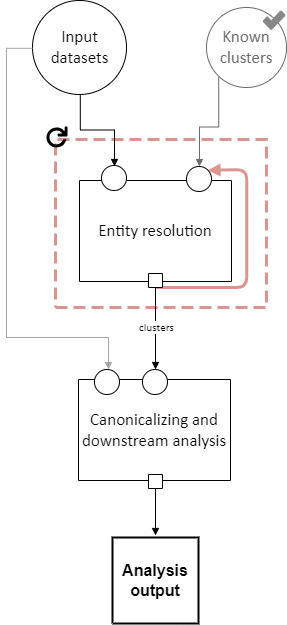
The draw.io diagram docs/source/concepts/pipeline_schema/images/easylink_pipeline_schema.drawio.png in ihmeuw/easylink, before a commit. Source tidied: cells renumbered, new cells last; positions are measured from the earlier drawing's top-left corner, leaving out a move shared by most shapes.
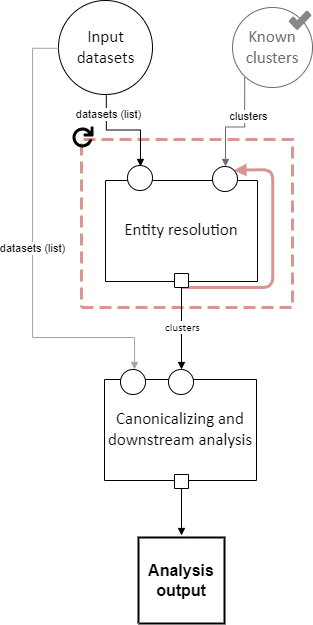
After the commit.

Commit message:
Pipeline schema docs tweaks (#212)

Diff of the diagram source:
```diff
@@ -66,6 +66,9 @@
     <mxCell id="20" style="vsdxID=1107;edgeStyle=orthogonalEdgeStyle;startArrow=none;endArrow=block;startSize=5;endSize=5;strokeColor=#6B6B6B;spacingTop=0;spacingBottom=0;spacingLeft=0;spacingRight=0;verticalAlign=middle;html=1;labelBackgroundColor=#ffffff;rounded=0;exitX=0.15254237288135594;exitY=0.864406779661017;exitDx=0;exitDy=0;exitPerimeter=0;entryX=0.52;entryY=0;entryDx=0;entryDy=0;entryPerimeter=0;" parent="1" edge="1" source="2" target="10">
       <mxGeometry relative="1" as="geometry" />
     </mxCell>
+    <mxCell id="29" value="clusters" style="edgeLabel;html=1;align=center;verticalAlign=middle;" parent="20" vertex="1">
+      <mxGeometry x="-0.26" y="3" relative="1" as="geometry" />
+    </mxCell>
     <mxCell id="21" style="vsdxID=114;edgeStyle=none;startArrow=none;endArrow=block;startSize=5;endSize=5;strokeColor=#000000;spacingTop=0;spacingBottom=0;spacingLeft=0;spacingRight=0;verticalAlign=middle;html=1;labelBackgroundColor=#ffffff;rounded=0;exitX=0.5;exitY=1;exitDx=0;exitDy=0;exitPerimeter=0;entryX=0.4962962962962963;entryY=0;entryDx=0;entryDy=0;entryPerimeter=0;" parent="1" edge="1" source="19">
       <mxGeometry relative="1" as="geometry">
         <mxPoint x="149" y="535" as="targetPoint" />
@@ -81,6 +84,9 @@
         </Array>
       </mxGeometry>
     </mxCell>
+    <mxCell id="30" value="datasets (list)" style="edgeLabel;html=1;align=center;verticalAlign=middle;" parent="22" vertex="1">
+      <mxGeometry relative="1" as="geometry" />
+    </mxCell>
     <mxCell id="23" value="&lt;div style=&quot;font-size: 1px&quot;&gt;&lt;font style=&quot;font-size:11.29px;font-family:Calibri;color:#000000;direction:ltr;letter-spacing:0px;line-height:120%;opacity:1&quot;&gt;clusters&lt;br/&gt;&lt;/font&gt;&lt;/div&gt;" style="vsdxID=1061;edgeStyle=none;startArrow=none;endArrow=block;startSize=5;endSize=5;strokeColor=#000000;spacingTop=0;spacingBottom=0;spacingLeft=0;spacingRight=0;verticalAlign=middle;html=1;labelBackgroundColor=#ffffff;rounded=0;align=center;exitX=0.5;exitY=1;exitDx=0;exitDy=0;exitPerimeter=0;entryX=0.52;entryY=0;entryDx=0;entryDy=0;entryPerimeter=0;" parent="1" edge="1" source="18" target="16">
       <mxGeometry x="-0.02" y="1" relative="1" as="geometry">
         <Array as="points">
@@ -92,6 +98,9 @@
     <mxCell id="24" style="vsdxID=1094;edgeStyle=orthogonalEdgeStyle;startArrow=none;endArrow=block;startSize=5;endSize=5;strokeColor=#000000;spacingTop=0;spacingBottom=0;spacingLeft=0;spacingRight=0;verticalAlign=middle;html=1;labelBackgroundColor=#ffffff;rounded=0;exitX=0.5084745762711864;exitY=1.0084745762711864;exitDx=0;exitDy=0;exitPerimeter=0;entryX=0.52;entryY=0.04;entryDx=0;entryDy=0;entryPerimeter=0;" parent="1" edge="1" source="5" target="12">
       <mxGeometry relative="1" as="geometry" />
     </mxCell>
+    <mxCell id="31" value="datasets (list)" style="edgeLabel;html=1;align=center;verticalAlign=middle;" parent="24" vertex="1">
+      <mxGeometry x="-0.65" y="2" relative="1" as="geometry" />
+    </mxCell>
     <mxCell id="25" style="vsdxID=1155;fillColor=none;gradientColor=none;strokeColor=none;spacingTop=-3;spacingBottom=-3;spacingLeft=-3;spacingRight=-3;labelBackgroundColor=none;rounded=0;html=1;whiteSpace=wrap;" parent="1" vertex="1">
       <mxGeometry x="40" y="126" width="21" height="21" as="geometry" />
     </mxCell>
```
